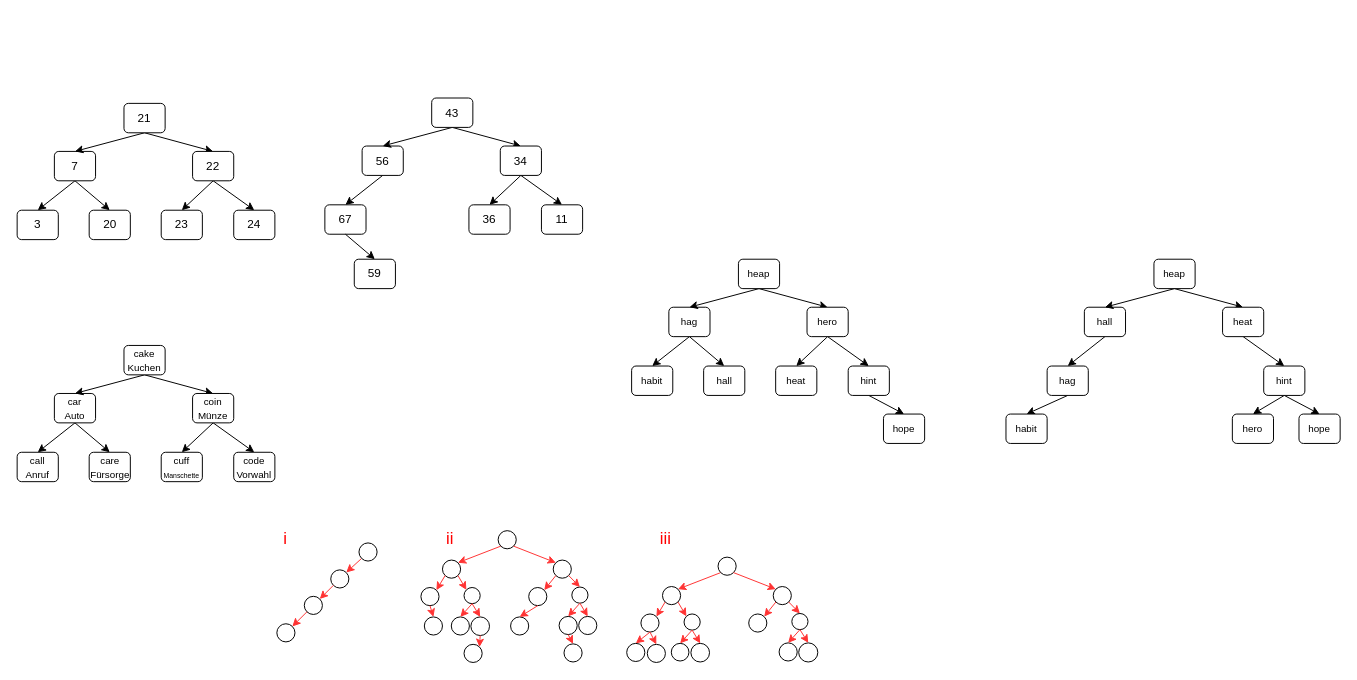
JoernWVSG/diagram keeps this draw.io diagram as page "Aufgaben Blatt 2" (15 of 16) of Baum.drawio. Above is the earlier version. Source tidied: cells renumbered, new cells numbered last; positions are measured from the earlier drawing's top-left corner, leaving out a move shared by most shapes. Both pictures are drawn from the tidied source at 98%, with x=0, y=0 at pixel (17, 97).
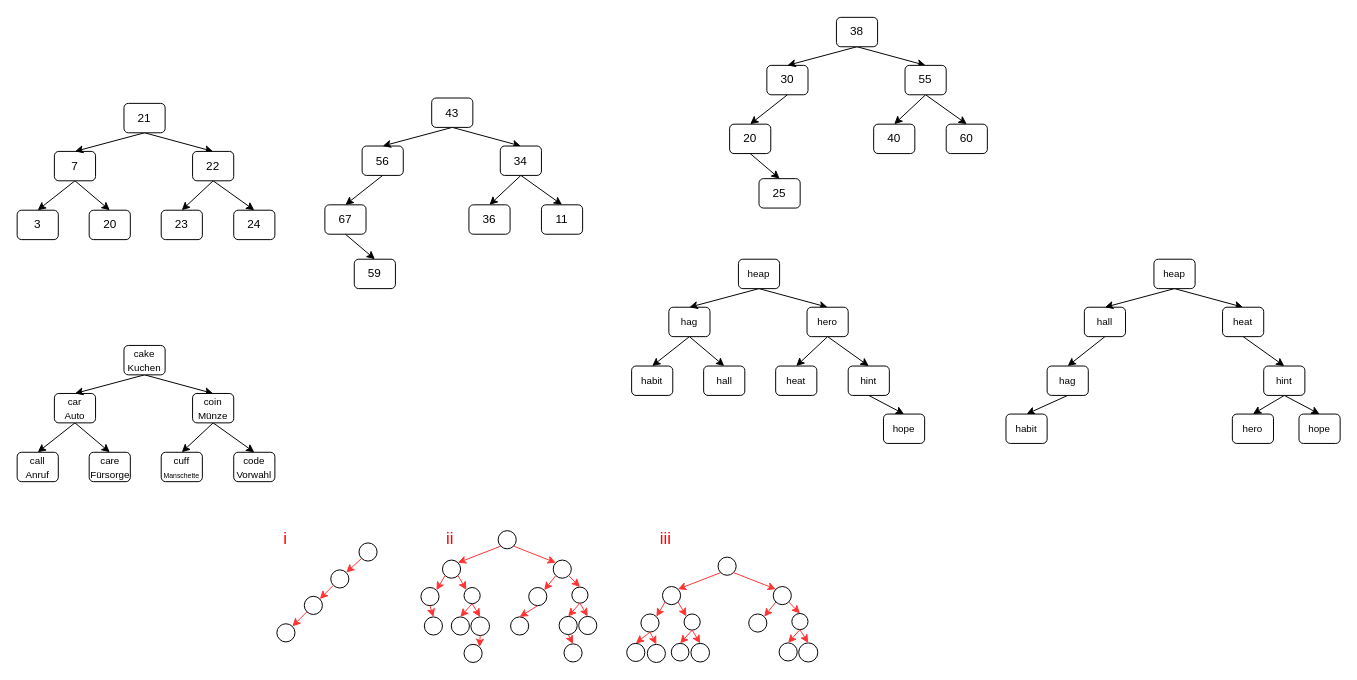
The same diagram, later.

Change to the diagram source:
```diff
@@
+    <mxCell id="136" value="20" style="rounded=1;whiteSpace=wrap;html=1;" parent="1" vertex="1">
+      <mxGeometry x="727" y="27.2" width="42" height="30" as="geometry" />
+    </mxCell>
+    <mxCell id="137" style="edgeStyle=none;rounded=0;jettySize=auto;html=1;exitX=0.5;exitY=1;exitDx=0;exitDy=0;entryX=0.5;entryY=0;entryDx=0;entryDy=0;" parent="1" edge="1" source="139" target="136">
+      <mxGeometry relative="1" as="geometry" />
+    </mxCell>
+    <mxCell id="138" style="edgeStyle=none;rounded=0;jettySize=auto;html=1;exitX=0.5;exitY=1;exitDx=0;exitDy=0;entryX=0.5;entryY=0;entryDx=0;entryDy=0;" parent="1" edge="1" source="136" target="140">
+      <mxGeometry relative="1" as="geometry" />
+    </mxCell>
+    <mxCell id="139" value="30" style="rounded=1;whiteSpace=wrap;html=1;" parent="1" vertex="1">
+      <mxGeometry x="765" y="-32.8" width="42" height="30" as="geometry" />
+    </mxCell>
+    <mxCell id="140" value="25" style="rounded=1;whiteSpace=wrap;html=1;" parent="1" vertex="1">
+      <mxGeometry x="757" y="82.8" width="42" height="30" as="geometry" />
+    </mxCell>
+    <mxCell id="141" style="rounded=0;jettySize=auto;html=1;exitX=0.5;exitY=1;exitDx=0;exitDy=0;entryX=0.5;entryY=0;entryDx=0;entryDy=0;" parent="1" edge="1" source="143" target="139">
+      <mxGeometry relative="1" as="geometry" />
+    </mxCell>
+    <mxCell id="142" style="edgeStyle=none;rounded=0;jettySize=auto;html=1;exitX=0.5;exitY=1;exitDx=0;exitDy=0;entryX=0.5;entryY=0;entryDx=0;entryDy=0;" parent="1" edge="1" source="143" target="147">
+      <mxGeometry relative="1" as="geometry" />
+    </mxCell>
+    <mxCell id="143" value="38" style="rounded=1;whiteSpace=wrap;html=1;" parent="1" vertex="1">
+      <mxGeometry x="836" y="-81.8" width="42" height="30" as="geometry" />
+    </mxCell>
+    <mxCell id="144" value="40" style="rounded=1;whiteSpace=wrap;html=1;" parent="1" vertex="1">
+      <mxGeometry x="874" y="27.2" width="42" height="30" as="geometry" />
+    </mxCell>
+    <mxCell id="145" style="edgeStyle=none;rounded=0;jettySize=auto;html=1;exitX=0.5;exitY=1;exitDx=0;exitDy=0;entryX=0.5;entryY=0;entryDx=0;entryDy=0;" parent="1" edge="1" source="147" target="148">
+      <mxGeometry relative="1" as="geometry" />
+    </mxCell>
+    <mxCell id="146" style="edgeStyle=none;rounded=0;jettySize=auto;html=1;exitX=0.5;exitY=1;exitDx=0;exitDy=0;entryX=0.5;entryY=0;entryDx=0;entryDy=0;" parent="1" edge="1" source="147" target="144">
+      <mxGeometry relative="1" as="geometry" />
+    </mxCell>
+    <mxCell id="147" value="55" style="rounded=1;whiteSpace=wrap;html=1;" parent="1" vertex="1">
+      <mxGeometry x="906" y="-32.8" width="42" height="30" as="geometry" />
+    </mxCell>
+    <mxCell id="148" value="60" style="rounded=1;whiteSpace=wrap;html=1;" parent="1" vertex="1">
+      <mxGeometry x="948" y="27.2" width="42" height="30" as="geometry" />
+    </mxCell>
```
